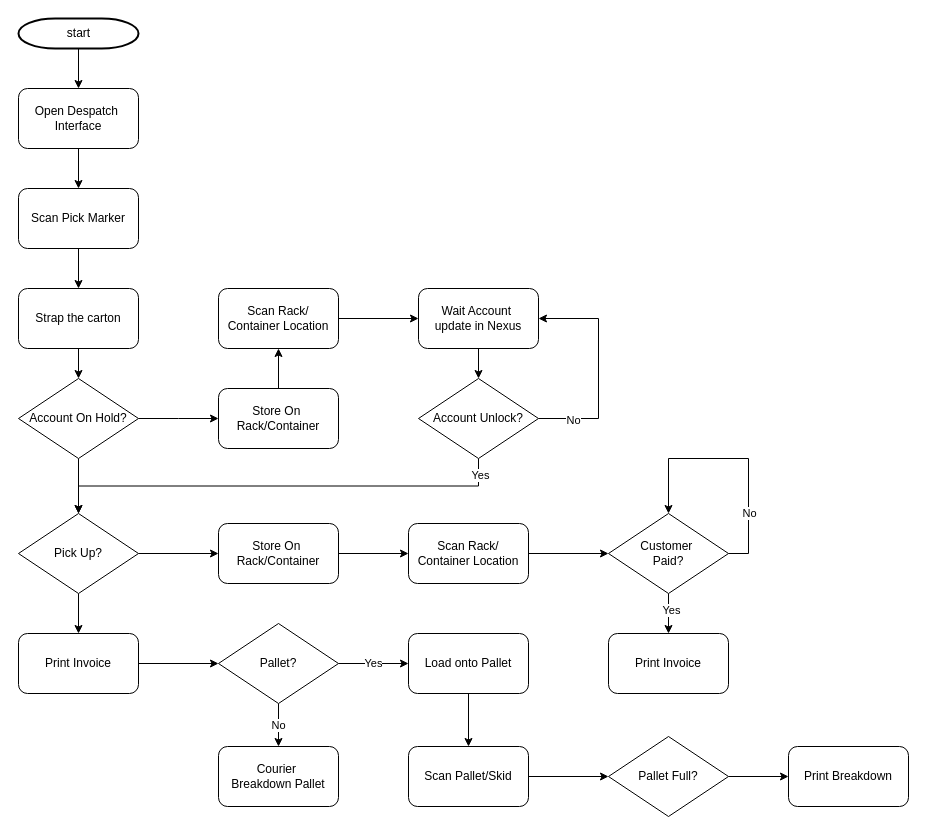
This is DespatchProcess.drawio from ZTomChen/NavigatorFlowcharts, a draw.io file, before an edit. Source tidied: cells renumbered, new cells numbered last; positions are measured from the earlier drawing's top-left corner, leaving out a move shared by most shapes. Both pictures are drawn from the tidied source at 100%, with x=0, y=0 at pixel (18, 18).
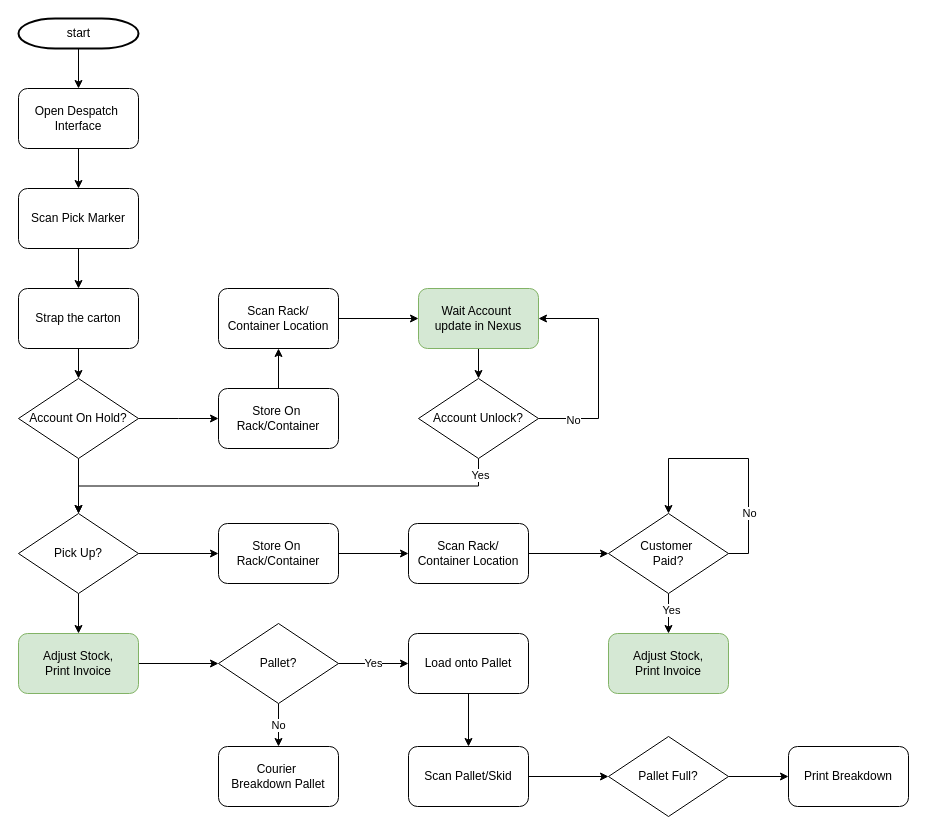
Above is the later version.

Diff of the diagram source:
```diff
@@
-    <mxCell id="17" value="&lt;span style=&quot;text-wrap-mode: nowrap;&quot;&gt;Print Invoice&lt;/span&gt;" style="rounded=1;whiteSpace=wrap;html=1;" parent="1" vertex="1">
+    <mxCell id="17" value="&lt;div&gt;&lt;span style=&quot;text-wrap-mode: nowrap;&quot;&gt;Adjust Stock,&lt;/span&gt;&lt;/div&gt;&lt;span style=&quot;text-wrap-mode: nowrap;&quot;&gt;Print Invoice&lt;/span&gt;" style="rounded=1;whiteSpace=wrap;html=1;fillColor=#d5e8d4;strokeColor=#82b366;" parent="1" vertex="1">
       <mxGeometry y="615" width="120" height="60" as="geometry" />
     </mxCell>
@@
-    <mxCell id="28" value="&lt;span style=&quot;text-wrap-mode: nowrap;&quot;&gt;Wait Account&amp;nbsp;&lt;/span&gt;&lt;div&gt;&lt;span style=&quot;text-wrap-mode: nowrap;&quot;&gt;update in Nexus&lt;/span&gt;&lt;/div&gt;" style="rounded=1;whiteSpace=wrap;html=1;" parent="1" vertex="1">
+    <mxCell id="28" value="&lt;span style=&quot;text-wrap-mode: nowrap;&quot;&gt;Wait Account&amp;nbsp;&lt;/span&gt;&lt;div&gt;&lt;span style=&quot;text-wrap-mode: nowrap;&quot;&gt;update in Nexus&lt;/span&gt;&lt;/div&gt;" style="rounded=1;whiteSpace=wrap;html=1;fillColor=#d5e8d4;strokeColor=#82b366;" parent="1" vertex="1">
       <mxGeometry x="400" y="270" width="120" height="60" as="geometry" />
     </mxCell>
@@
-    <mxCell id="33" value="&lt;span style=&quot;text-wrap-mode: nowrap;&quot;&gt;Print Invoice&lt;/span&gt;" style="rounded=1;whiteSpace=wrap;html=1;" parent="1" vertex="1">
+    <mxCell id="33" value="&lt;div&gt;&lt;span style=&quot;text-wrap-mode: nowrap;&quot;&gt;Adjust Stock,&lt;/span&gt;&lt;/div&gt;&lt;span style=&quot;text-wrap-mode: nowrap;&quot;&gt;Print Invoice&lt;/span&gt;" style="rounded=1;whiteSpace=wrap;html=1;fillColor=#d5e8d4;strokeColor=#82b366;" parent="1" vertex="1">
       <mxGeometry x="590" y="615" width="120" height="60" as="geometry" />
     </mxCell>
```
